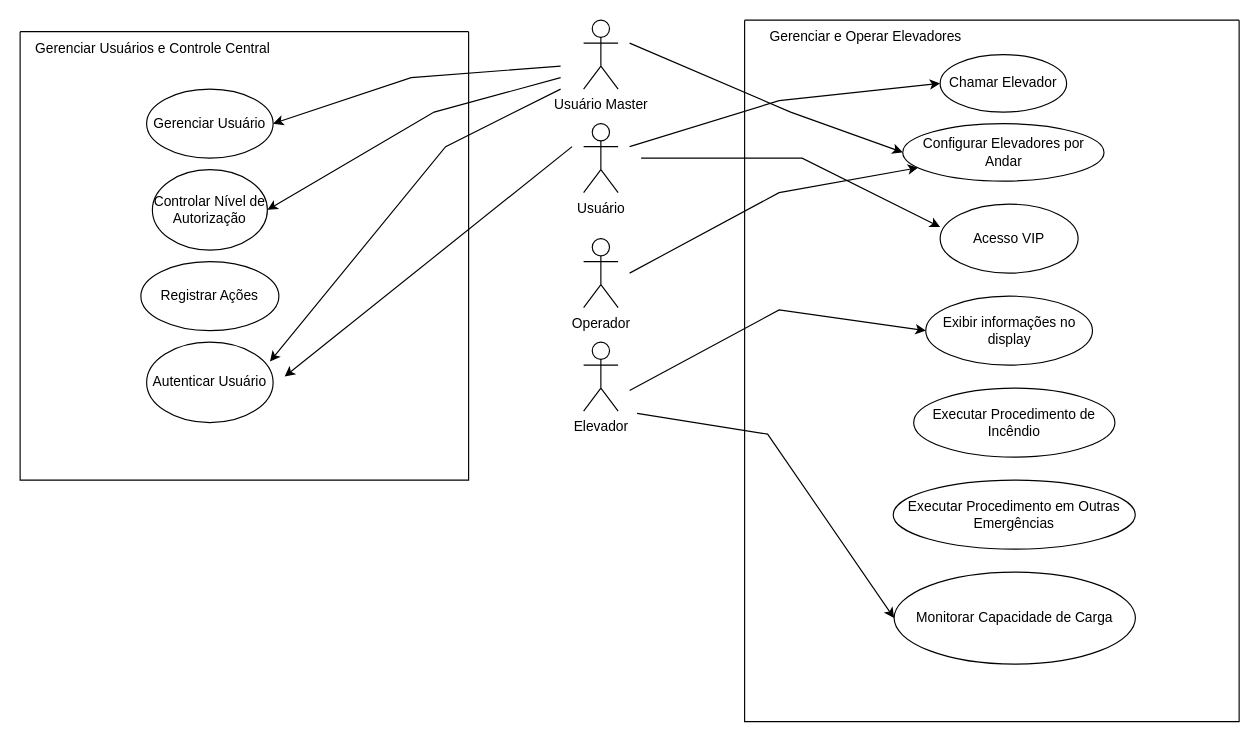
Earlier version of the draw.io diagram page "Página-1" (1 of 3) of Diagrama sem nome.drawio (ProjetoModelagem/Modelagem-Projeto-2). Source tidied: cells renumbered, new cells numbered last; positions are measured from the earlier drawing's top-left corner, leaving out a move shared by most shapes. Both pictures are drawn from the tidied source at 115%, with x=0, y=0 at pixel (20, 20).
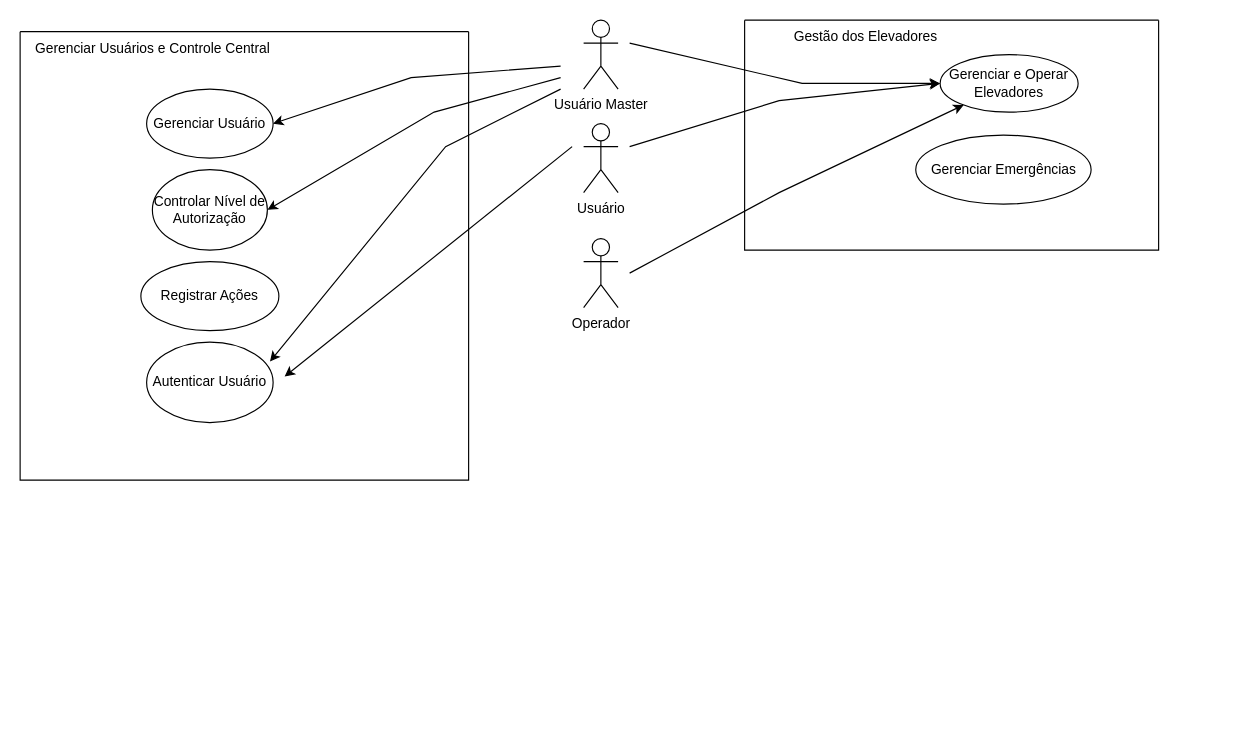
Above is the later version.

The edit, as a diff of the source:
```diff
@@
     <mxCell id="11" style="swimlane;startSize=0;" parent="1" vertex="1">
-      <mxGeometry x="630" width="430" height="610" as="geometry" />
+      <mxGeometry x="630" width="360" height="200" as="geometry" />
     </mxCell>
-    <mxCell id="12" value="Gerenciar e Operar Elevadores" style="text;html=1;align=center;verticalAlign=middle;strokeColor=none;fillColor=none;" parent="11" vertex="1">
-      <mxGeometry x="10" width="190" height="30" as="geometry" />
+    <mxCell id="12" value="Gestão dos Elevadores" style="text;html=1;align=center;verticalAlign=middle;strokeColor=none;fillColor=none;" parent="11" vertex="1">
+      <mxGeometry x="30" width="150" height="30" as="geometry" />
     </mxCell>
-    <mxCell id="13" value="Chamar Elevador" style="ellipse;whiteSpace=wrap;html=1;" parent="11" vertex="1">
-      <mxGeometry x="170" y="30" width="110" height="50" as="geometry" />
+    <mxCell id="13" value="Gerenciar e Operar Elevadores" style="ellipse;whiteSpace=wrap;html=1;" parent="11" vertex="1">
+      <mxGeometry x="170" y="30" width="120" height="50" as="geometry" />
     </mxCell>
-    <mxCell id="14" value="Configurar Elevadores por Andar" style="ellipse;whiteSpace=wrap;html=1;" parent="11" vertex="1">
-      <mxGeometry x="137.5" y="90" width="175" height="50" as="geometry" />
+    <mxCell id="14" value="Gerenciar Emergências" style="ellipse;whiteSpace=wrap;html=1;" parent="11" vertex="1">
+      <mxGeometry x="148.8" y="100" width="152.5" height="60" as="geometry" />
     </mxCell>
-    <mxCell id="15" value="Exibir informações no display" style="ellipse;whiteSpace=wrap;html=1;" parent="11" vertex="1">
-      <mxGeometry x="157.5" y="240" width="145" height="60" as="geometry" />
-    </mxCell>
-    <mxCell id="16" value="Acesso VIP" style="ellipse;whiteSpace=wrap;html=1;" parent="11" vertex="1">
-      <mxGeometry x="170" y="160" width="120" height="60" as="geometry" />
-    </mxCell>
-    <mxCell id="17" value="Executar Procedimento de Incêndio" style="ellipse;whiteSpace=wrap;html=1;" parent="11" vertex="1">
-      <mxGeometry x="147" y="320" width="175" height="60" as="geometry" />
-    </mxCell>
-    <mxCell id="18" value="Executar Procedimento em Outras Emergências" style="ellipse;whiteSpace=wrap;html=1;" parent="11" vertex="1">
-      <mxGeometry x="129.2" y="400" width="210.5" height="60" as="geometry" />
-    </mxCell>
-    <mxCell id="19" value="Monitorar Capacidade de Carga" style="ellipse;whiteSpace=wrap;html=1;" parent="11" vertex="1">
-      <mxGeometry x="130" y="480" width="209.8" height="80" as="geometry" />
-    </mxCell>
@@
-    <mxCell id="21" style="endArrow=classic;html=1;rounded=0;entryX=0;entryY=0.5;entryDx=0;entryDy=0;" parent="11" edge="1" target="19">
-      <mxGeometry relative="1" as="geometry">
-        <mxPoint x="-93.5" y="342" as="sourcePoint" />
-        <Array as="points">
-          <mxPoint x="20" y="360" />
-        </Array>
-      </mxGeometry>
-    </mxCell>
@@
-    <mxCell id="23" value="Elevador" style="shape=umlActor;verticalLabelPosition=bottom;verticalAlign=top;html=1;" parent="1" vertex="1">
-      <mxGeometry x="490" y="280" width="30" height="60" as="geometry" />
-    </mxCell>
@@
-    <mxCell id="27" style="endArrow=classic;html=1;rounded=0;entryX=0;entryY=0.5;entryDx=0;entryDy=0;" parent="1" edge="1" target="14">
+    <mxCell id="27" style="endArrow=classic;html=1;rounded=0;" parent="1" edge="1" target="13">
       <mxGeometry relative="1" as="geometry">
         <mxPoint x="530" y="20" as="sourcePoint" />
         <Array as="points">
-          <mxPoint x="670" y="80" />
+          <mxPoint x="680" y="55" />
         </Array>
       </mxGeometry>
     </mxCell>
-    <mxCell id="28" style="endArrow=classic;html=1;rounded=0;" parent="1" edge="1" target="14">
+    <mxCell id="28" style="endArrow=classic;html=1;rounded=0;" parent="1" edge="1" target="13">
       <mxGeometry relative="1" as="geometry">
         <mxPoint x="530" y="220" as="sourcePoint" />
         <Array as="points">
           <mxPoint x="660" y="150" />
         </Array>
       </mxGeometry>
     </mxCell>
-    <mxCell id="29" style="endArrow=classic;html=1;rounded=0;entryX=0;entryY=0.333;entryDx=0;entryDy=0;entryPerimeter=0;" parent="1" edge="1" target="16">
-      <mxGeometry relative="1" as="geometry">
-        <mxPoint x="540" y="120" as="sourcePoint" />
-        <Array as="points">
-          <mxPoint x="680" y="120" />
-        </Array>
-      </mxGeometry>
-    </mxCell>
-    <mxCell id="30" style="endArrow=classic;html=1;rounded=0;entryX=0;entryY=0.5;entryDx=0;entryDy=0;" parent="1" edge="1" target="15">
-      <mxGeometry relative="1" as="geometry">
-        <mxPoint x="530" y="322" as="sourcePoint" />
-        <Array as="points">
-          <mxPoint x="660" y="252" />
-        </Array>
-      </mxGeometry>
-    </mxCell>
```
